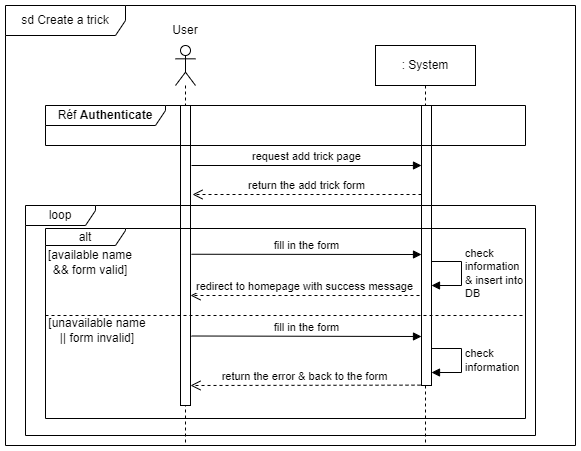
Earlier version of the draw.io export diagrammes/Seq - Create a trick.drawio.png (David-Renard/OC-p6). Source tidied: cells renumbered, new cells last; positions are measured from the earlier drawing's top-left corner, leaving out a move shared by most shapes.
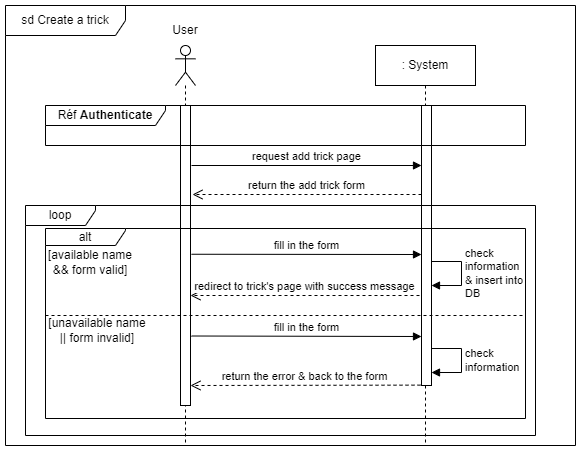
Later version of the same file.

What changed in the source:
```diff
@@ -26,7 +26,7 @@
     <mxCell id="8" style="html=1;perimeter=orthogonalPerimeter;targetShapes=umlLifeline;newEdgeStyle={&quot;edgeStyle&quot;:&quot;elbowEdgeStyle&quot;,&quot;elbow&quot;:&quot;vertical&quot;,&quot;curved&quot;:0,&quot;rounded&quot;:0};" parent="1" vertex="1">
       <mxGeometry x="416" y="100" width="10" height="280" as="geometry" />
     </mxCell>
-    <mxCell id="9" value="redirect to homepage with success message" style="html=1;verticalAlign=bottom;endArrow=open;dashed=1;endSize=8;edgeStyle=elbowEdgeStyle;elbow=vertical;curved=0;rounded=0;" parent="1" edge="1" target="4">
+    <mxCell id="9" value="redirect to trick's page with success message" style="html=1;verticalAlign=bottom;endArrow=open;dashed=1;endSize=8;edgeStyle=elbowEdgeStyle;elbow=vertical;curved=0;rounded=0;" parent="1" edge="1" target="4">
       <mxGeometry relative="1" as="geometry">
         <mxPoint x="414" y="290" as="sourcePoint" />
       </mxGeometry>
```
